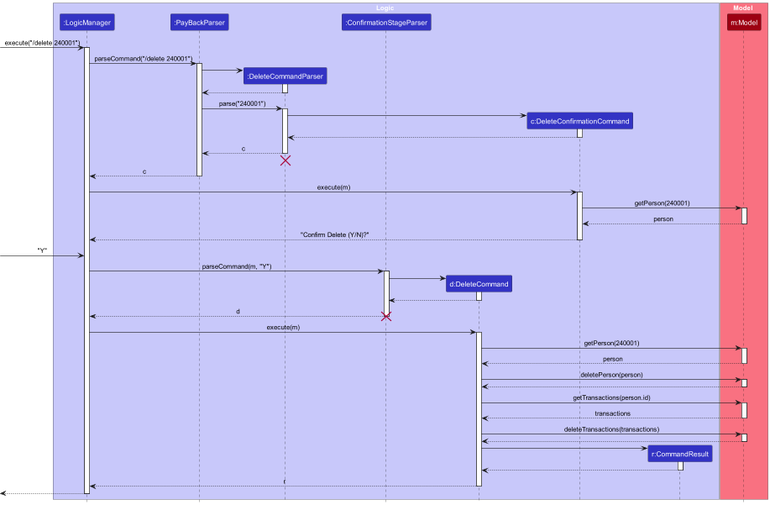
PateShin/tp keeps this PlantUML diagram as docs/images/DeleteSequenceDiagram.png. Above is the earlier version.
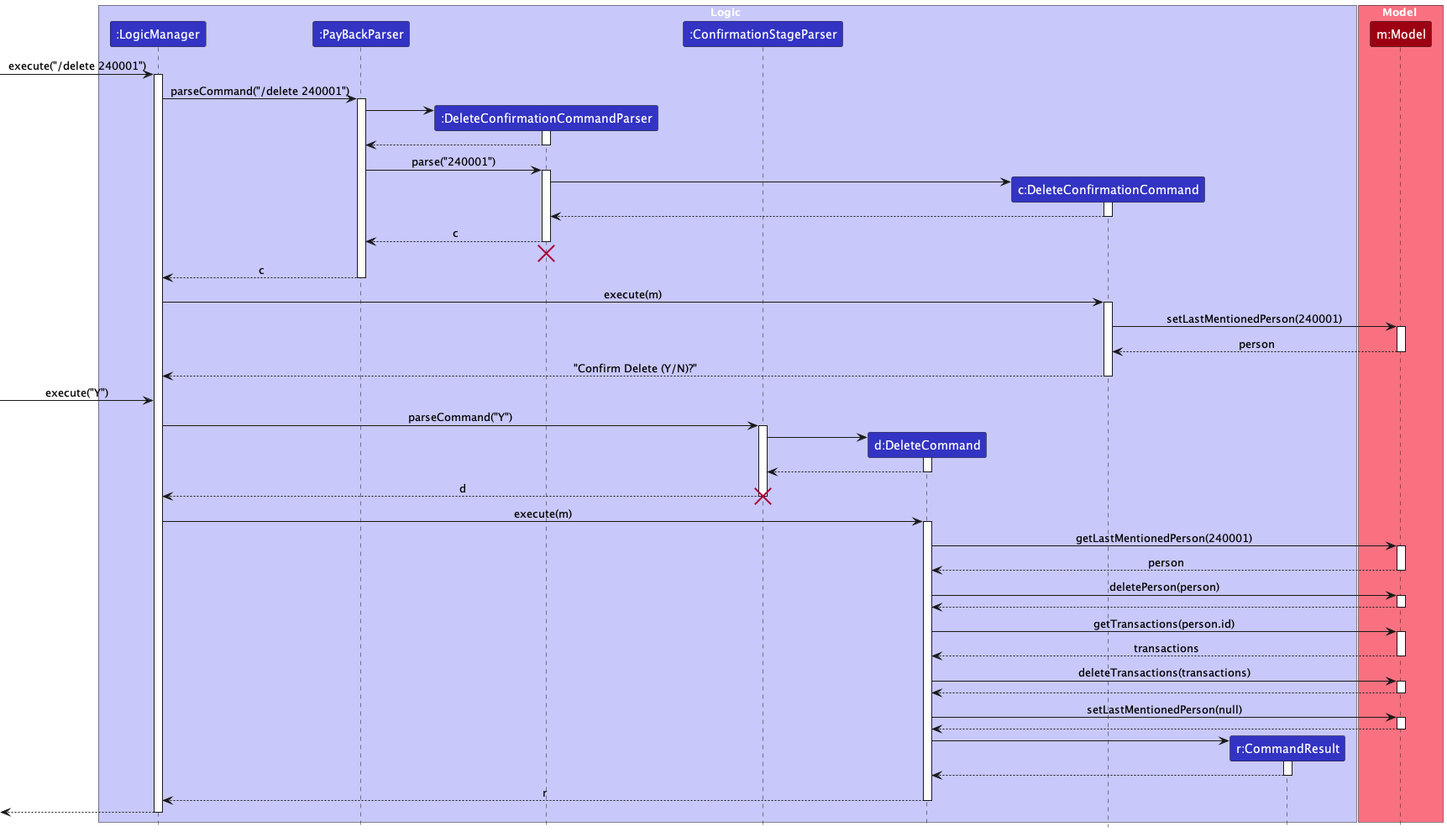
Later version of the same file.

Change to the diagram source:
```diff
@@ -5,7 +5,7 @@
 box Logic LOGIC_COLOR_T1
 participant ":LogicManager" as LogicManager LOGIC_COLOR
 participant ":PayBackParser" as PayBackParser LOGIC_COLOR
-participant ":DeleteCommandParser" as DeleteCommandParser LOGIC_COLOR
+participant ":DeleteConfirmationCommandParser" as DeleteConfirmationCommandParser LOGIC_COLOR
 participant ":ConfirmationStageParser" as ConfirmationStageParser LOGIC_COLOR
 participant "d:DeleteCommand" as DeleteCommand LOGIC_COLOR
 participant "c:DeleteConfirmationCommand" as DeleteConfirmationCommand LOGIC_COLOR
@@ -22,28 +22,28 @@
 LogicManager -> PayBackParser : parseCommand("/delete 240001")
 activate PayBackParser
 
-create DeleteCommandParser
-PayBackParser -> DeleteCommandParser
-activate DeleteCommandParser
+create DeleteConfirmationCommandParser
+PayBackParser -> DeleteConfirmationCommandParser
+activate DeleteConfirmationCommandParser
 
-DeleteCommandParser --> PayBackParser
-deactivate DeleteCommandParser
+DeleteConfirmationCommandParser --> PayBackParser
+deactivate DeleteConfirmationCommandParser
 
-PayBackParser -> DeleteCommandParser : parse("240001")
-activate DeleteCommandParser
+PayBackParser -> DeleteConfirmationCommandParser : parse("240001")
+activate DeleteConfirmationCommandParser
 
 create DeleteConfirmationCommand
-DeleteCommandParser -> DeleteConfirmationCommand
+DeleteConfirmationCommandParser -> DeleteConfirmationCommand
 activate DeleteConfirmationCommand
 
-DeleteConfirmationCommand --> DeleteCommandParser :
+DeleteConfirmationCommand --> DeleteConfirmationCommandParser :
 deactivate DeleteConfirmationCommand
 
-DeleteCommandParser --> PayBackParser : c
-deactivate DeleteCommandParser
+DeleteConfirmationCommandParser --> PayBackParser : c
+deactivate DeleteConfirmationCommandParser
 
-DeleteCommandParser -[hidden]-> PayBackParser
-destroy DeleteCommandParser
+DeleteConfirmationCommandParser -[hidden]-> PayBackParser
+destroy DeleteConfirmationCommandParser
 
 PayBackParser --> LogicManager : c
 deactivate PayBackParser
@@ -51,7 +51,7 @@
 LogicManager -> DeleteConfirmationCommand : execute(m)
 activate DeleteConfirmationCommand
 
-DeleteConfirmationCommand -> Model : getPerson(240001)
+DeleteConfirmationCommand -> Model : setLastMentionedPerson(240001)
 activate Model
 
 Model --> DeleteConfirmationCommand : person
@@ -60,8 +60,8 @@
 DeleteConfirmationCommand --> LogicManager : "Confirm Delete (Y/N)?"
 deactivate DeleteConfirmationCommand
 
-[-> LogicManager : "Y"
-LogicManager -> ConfirmationStageParser : parseCommand(m, "Y")
+[-> LogicManager : execute("Y")
+LogicManager -> ConfirmationStageParser : parseCommand("Y")
 activate ConfirmationStageParser
 
 create DeleteCommand
@@ -78,7 +78,7 @@
 LogicManager -> DeleteCommand : execute(m)
 activate DeleteCommand
 
-DeleteCommand -> Model : getPerson(240001)
+DeleteCommand -> Model : getLastMentionedPerson(240001)
 activate Model
 
 Model --> DeleteCommand : person
@@ -102,6 +102,12 @@
 Model --> DeleteCommand
 deactivate Model
 
+DeleteCommand -> Model : setLastMentionedPerson(null)
+activate Model
+
+Model --> DeleteCommand
+deactivate Model
+
 create CommandResult
 DeleteCommand -> CommandResult
 activate CommandResult
```
